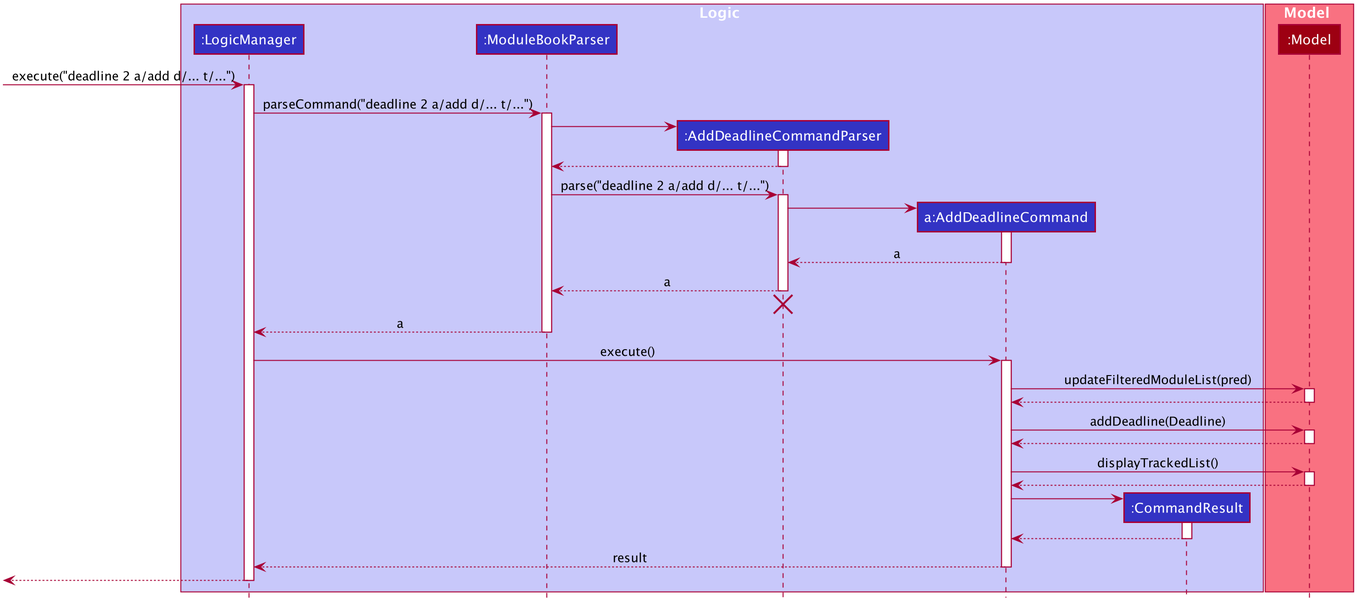
Before: docs/images/AddDeadlineSequenceDiagram.png, a diagram exported from PlantUML (nus-cs2103-AY1920S1/addressbook-level3). The source it was exported from:
```plantuml
@startuml








skinparam BackgroundColor #FFFFFFF

skinparam Shadowing false

skinparam Class {
    FontColor #FFFFFF
    BorderThickness 1
    BorderColor #FFFFFF
    StereotypeFontColor #FFFFFF
    FontName Arial
}

skinparam Actor {
    BorderColor #000000
    Color #000000
    FontName Arial
}

skinparam Sequence {
    MessageAlign center
    BoxFontSize 15
    BoxPadding 0
    BoxFontColor #FFFFFF
    FontName Arial
}

skinparam Participant {
    FontColor #FFFFFFF
    Padding 20
}

skinparam MinClassWidth 50
skinparam ParticipantPadding 10
skinparam Shadowing false
skinparam DefaultTextAlignment center
skinparam packageStyle Rectangle

hide footbox
hide members
hide circle

box Logic #C8C8FA
participant ":LogicManager" as LogicManager #3333C4
participant ":ModuleBookParser" as ModuleBookParser #3333C4
participant ":AddDeadlineCommandParser" as AddDeadlineCommandParser #3333C4
participant "a:AddDeadlineCommand" as AddDeadlineCommand #3333C4
participant ":CommandResult" as CommandResult #3333C4
end box

box Model #F97181
participant ":Model" as Model #9D0012
end box

[-> LogicManager : execute("deadline 2 a/add d/... t/...")
activate LogicManager

LogicManager -> ModuleBookParser : parseCommand("deadline 2 a/add d/... t/...")
activate ModuleBookParser

create AddDeadlineCommandParser
ModuleBookParser -> AddDeadlineCommandParser
activate AddDeadlineCommandParser

AddDeadlineCommandParser --> ModuleBookParser
deactivate AddDeadlineCommandParser

ModuleBookParser -> AddDeadlineCommandParser : parse("deadline 2 a/add d/... t/...")
activate AddDeadlineCommandParser

create AddDeadlineCommand
AddDeadlineCommandParser -> AddDeadlineCommand
activate AddDeadlineCommand

AddDeadlineCommand --> AddDeadlineCommandParser : a
deactivate AddDeadlineCommand

AddDeadlineCommandParser --> ModuleBookParser : a
deactivate AddDeadlineCommandParser
AddDeadlineCommandParser -[hidden]-> ModuleBookParser
destroy AddDeadlineCommandParser

ModuleBookParser --> LogicManager : a
deactivate ModuleBookParser

LogicManager -> AddDeadlineCommand : execute()
activate AddDeadlineCommand

AddDeadlineCommand -> Model : updateFilteredModuleList(pred)
activate Model

Model --> AddDeadlineCommand
deactivate Model

AddDeadlineCommand -> Model : addDeadline(Deadline)
activate Model

Model --> AddDeadlineCommand
deactivate Model

AddDeadlineCommand -> Model : displayTrackedList()
activate Model

Model --> AddDeadlineCommand
deactivate Model

create CommandResult
AddDeadlineCommand -> CommandResult
activate CommandResult

CommandResult --> AddDeadlineCommand
deactivate CommandResult

AddDeadlineCommand --> LogicManager : result
deactivate AddDeadlineCommand

[<--LogicManager
deactivate LogicManager
@enduml
```
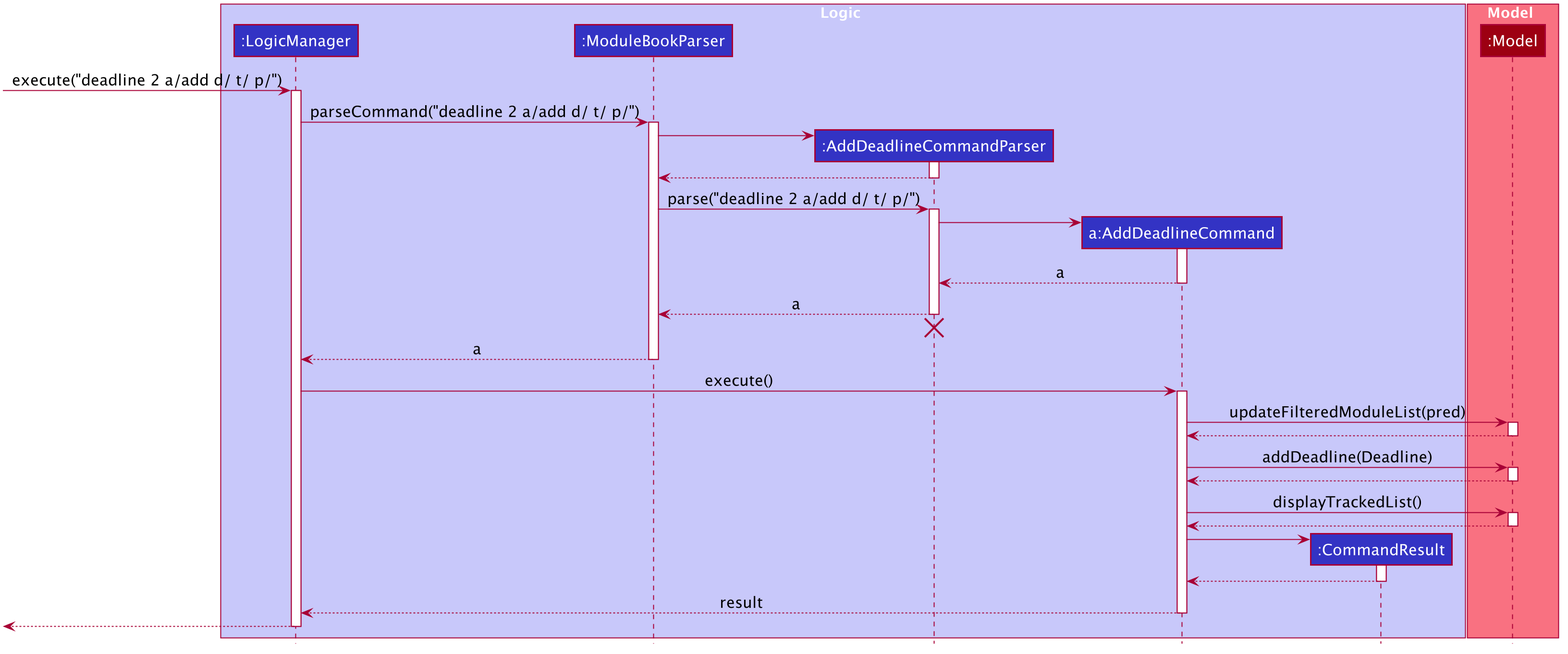
The same file after the commit.

The edit, as a diff of the source:
```diff
@@ -12,6 +12,8 @@
 skinparam Shadowing false
 
 skinparam Class {
+    AttributeFontColor #FFFFFF
+    AttributeFontName Arial
     FontColor #FFFFFF
     BorderThickness 1
     BorderColor #FFFFFF
@@ -56,14 +58,17 @@
 participant ":CommandResult" as CommandResult #3333C4
 end box
 
+skinparam ParticipantFontSize 16
+skinparam defaultFontSize 16
+
 box Model #F97181
 participant ":Model" as Model #9D0012
 end box
 
-[-> LogicManager : execute("deadline 2 a/add d/... t/...")
+[-> LogicManager : execute("deadline 2 a/add d/ t/ p/")
 activate LogicManager
 
-LogicManager -> ModuleBookParser : parseCommand("deadline 2 a/add d/... t/...")
+LogicManager -> ModuleBookParser : parseCommand("deadline 2 a/add d/ t/ p/")
 activate ModuleBookParser
 
 create AddDeadlineCommandParser
@@ -73,7 +78,7 @@
 AddDeadlineCommandParser --> ModuleBookParser
 deactivate AddDeadlineCommandParser
 
-ModuleBookParser -> AddDeadlineCommandParser : parse("deadline 2 a/add d/... t/...")
+ModuleBookParser -> AddDeadlineCommandParser : parse("deadline 2 a/add d/ t/ p/")
 activate AddDeadlineCommandParser
 
 create AddDeadlineCommand
```
